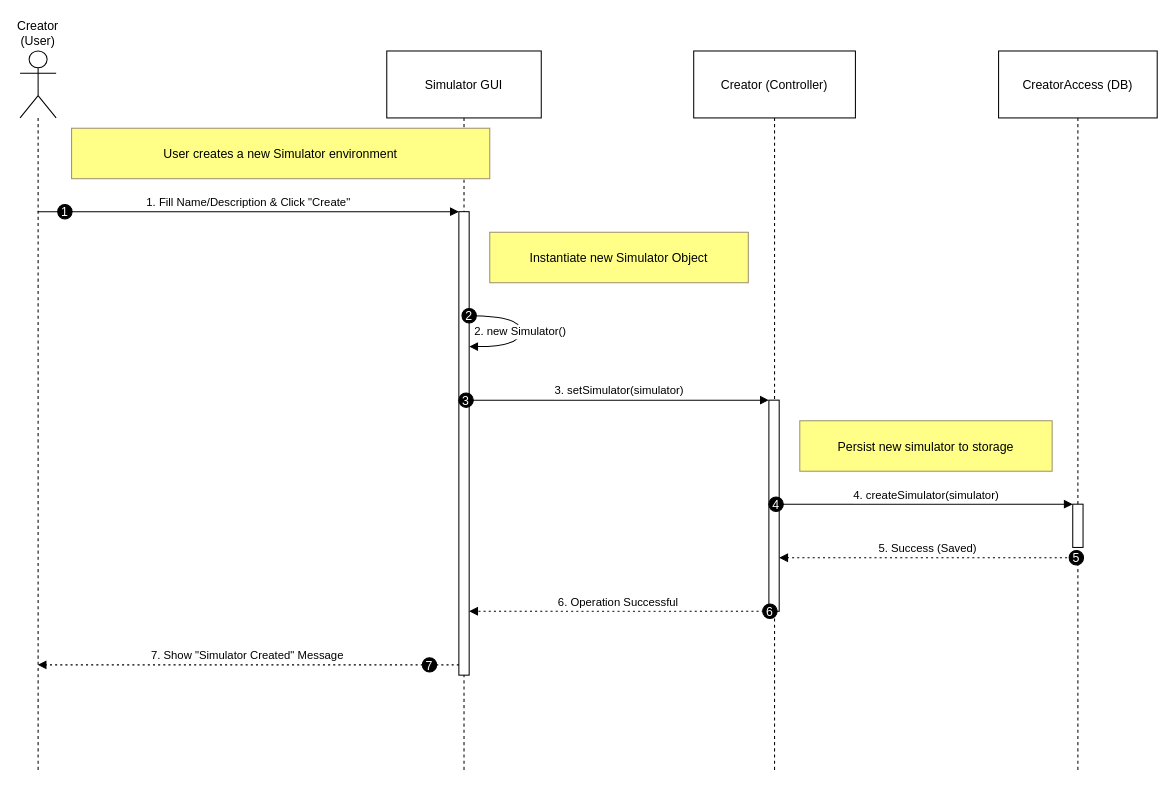
Before: page "Manager_Simulator_Config_Usecase" (2 of 12) of Usecase2.drawio in EliyaMalka/Drawio, a draw.io diagram. Source tidied: cells renumbered, new cells numbered last; positions are measured from the earlier drawing's top-left corner, leaving out a move shared by most shapes. Both pictures are drawn from the tidied source at 103%, with x=0, y=0 at pixel (20, 50).
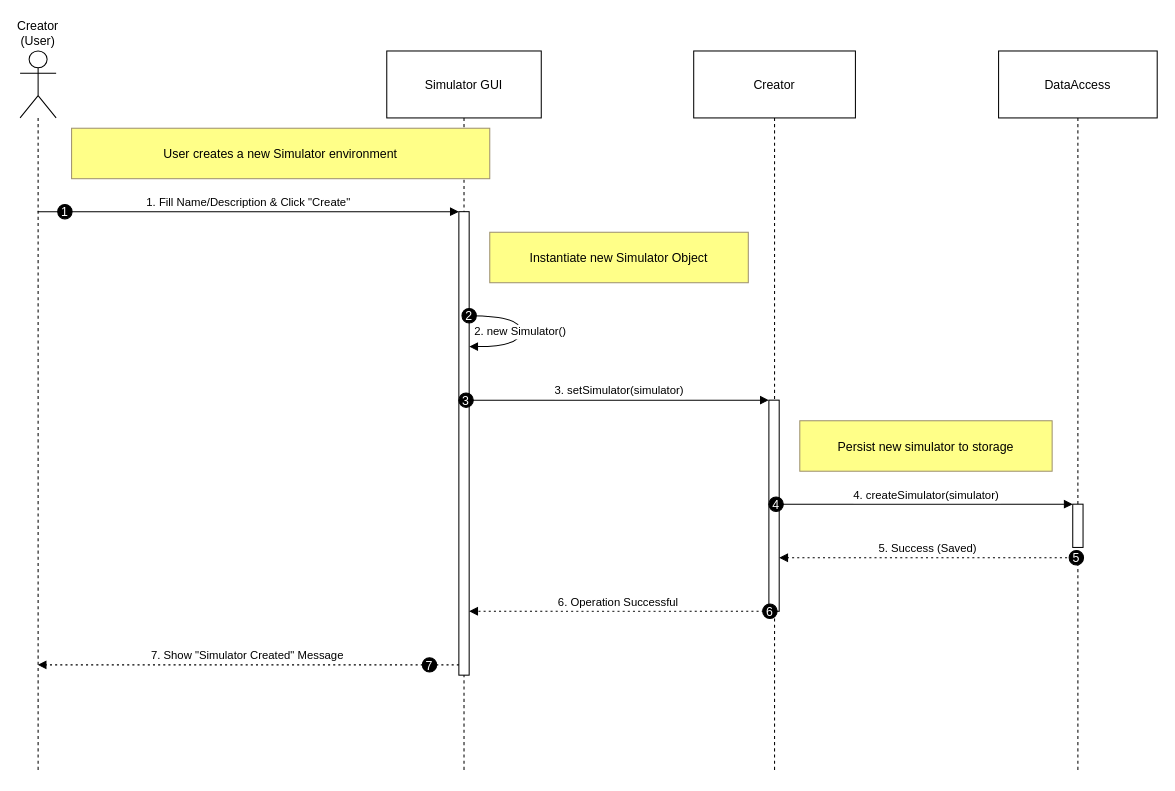
Above is the later version.

Diff of the diagram source:
```diff
@@
-    <mxCell id="5" value="Creator (Controller)" style="shape=umlLifeline;perimeter=lifelinePerimeter;whiteSpace=wrap;newEdgeStyle={&quot;edgeStyle&quot;:&quot;elbowEdgeStyle&quot;,&quot;elbow&quot;:&quot;vertical&quot;,&quot;curved&quot;:0,&quot;rounded&quot;:0};size=65;" parent="1" vertex="1">
+    <mxCell id="5" value="Creator" style="shape=umlLifeline;perimeter=lifelinePerimeter;whiteSpace=wrap;newEdgeStyle={&quot;edgeStyle&quot;:&quot;elbowEdgeStyle&quot;,&quot;elbow&quot;:&quot;vertical&quot;,&quot;curved&quot;:0,&quot;rounded&quot;:0};size=65;" parent="1" vertex="1">
       <mxGeometry x="654" width="157" height="701" as="geometry" />
     </mxCell>
@@
-    <mxCell id="7" value="CreatorAccess (DB)" style="shape=umlLifeline;perimeter=lifelinePerimeter;whiteSpace=wrap;outlineConnect=0;portConstraint=eastwest;newEdgeStyle={&quot;edgeStyle&quot;:&quot;elbowEdgeStyle&quot;,&quot;elbow&quot;:&quot;vertical&quot;,&quot;curved&quot;:0,&quot;rounded&quot;:0};size=65;" parent="1" vertex="1">
+    <mxCell id="7" value="DataAccess" style="shape=umlLifeline;perimeter=lifelinePerimeter;whiteSpace=wrap;outlineConnect=0;portConstraint=eastwest;newEdgeStyle={&quot;edgeStyle&quot;:&quot;elbowEdgeStyle&quot;,&quot;elbow&quot;:&quot;vertical&quot;,&quot;curved&quot;:0,&quot;rounded&quot;:0};size=65;" parent="1" vertex="1">
       <mxGeometry x="950" width="154" height="701" as="geometry" />
     </mxCell>
```
